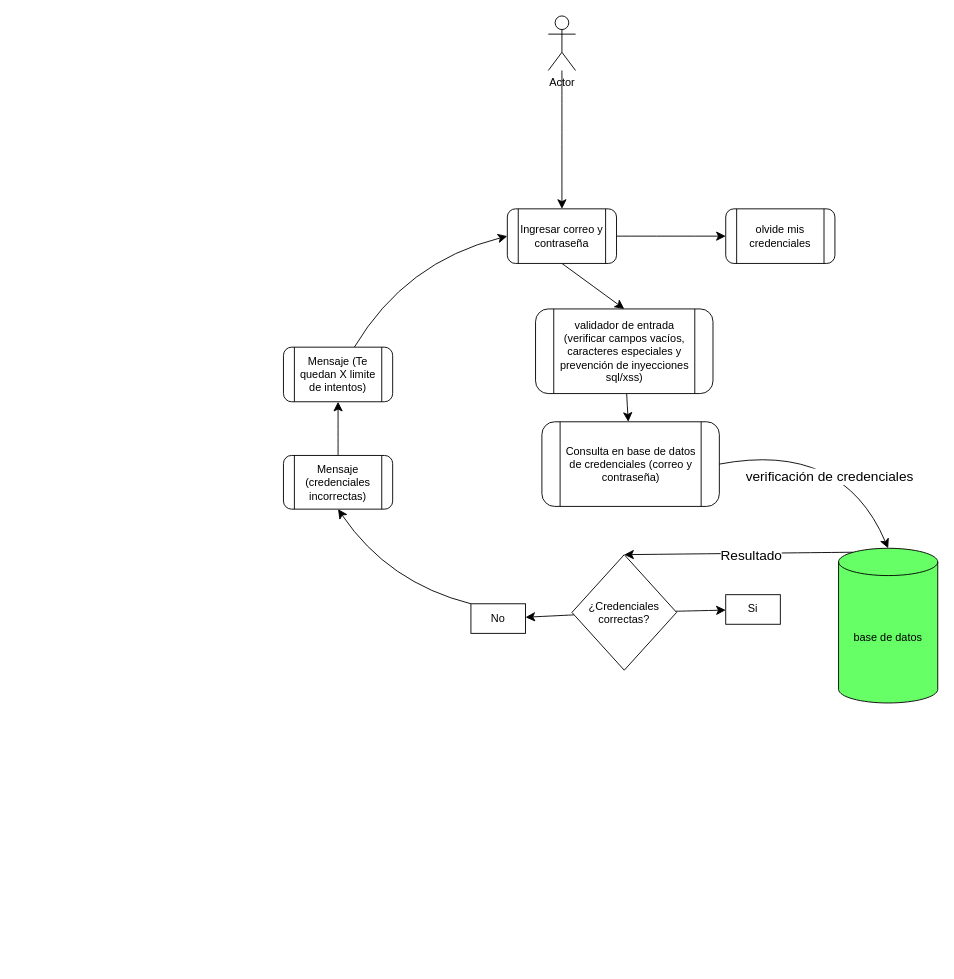
Before: digramas/1.Algoritmo_login.drawio in Andreszxc2001/Sistema-Integral-de-Asistencias-SIA-, a draw.io diagram. Source tidied: cells renumbered, new cells numbered last; positions are measured from the earlier drawing's top-left corner, leaving out a move shared by most shapes. Both pictures are drawn from the tidied source at 91%, with x=0, y=0 at pixel (283, 15).
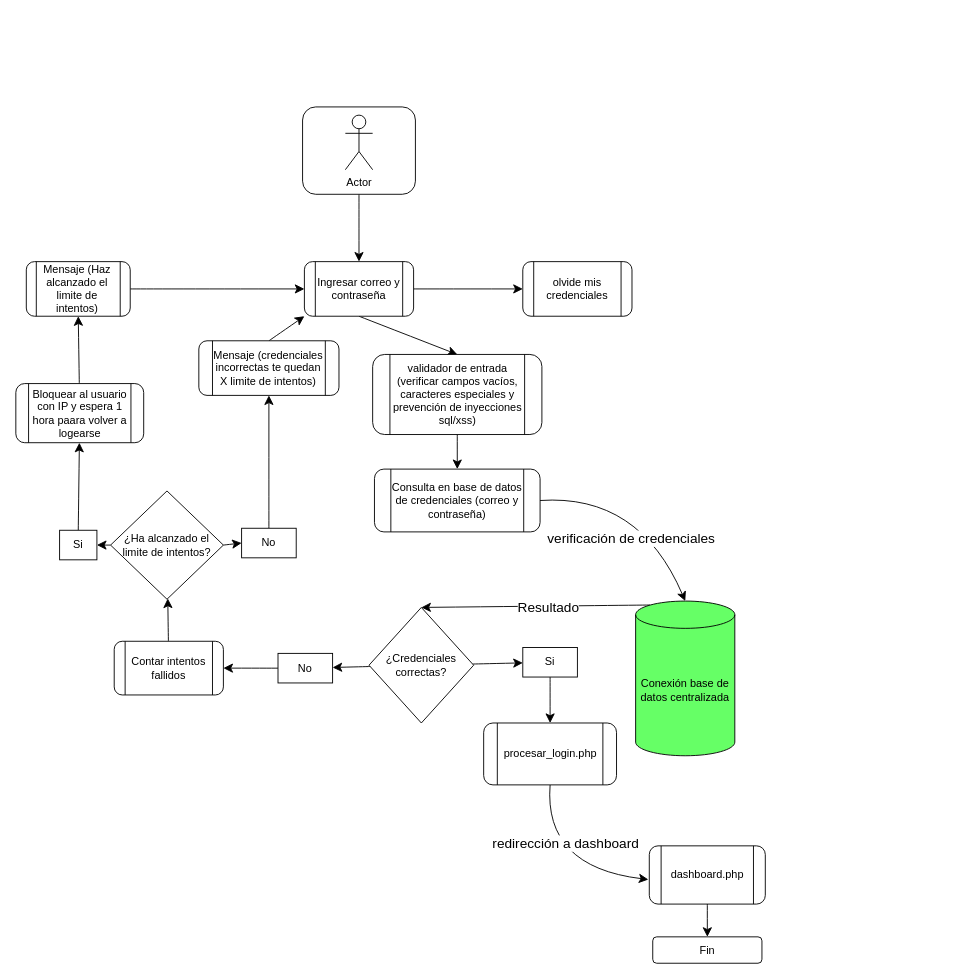
The same page after the edit.

What changed in the source:
```diff
@@
-    <mxCell id="4" value="base de datos" style="shape=cylinder3;whiteSpace=wrap;html=1;boundedLbl=1;backgroundOutline=1;size=15;fillColor=light-dark(#66FF66,#66FF66);" parent="1" vertex="1">
-      <mxGeometry x="610" y="585" width="109" height="170" as="geometry" />
+    <mxCell id="4" value="Conexión base de datos centralizada" style="shape=cylinder3;whiteSpace=wrap;html=1;boundedLbl=1;backgroundOutline=1;size=15;fillColor=light-dark(#66FF66,#66FF66);" parent="1" vertex="1">
+      <mxGeometry x="387" y="643" width="109" height="170" as="geometry" />
     </mxCell>
@@
     <mxCell id="7" value="Ingresar correo y contraseña" style="shape=process;whiteSpace=wrap;html=1;backgroundOutline=1;rounded=1;strokeColor=default;align=center;verticalAlign=middle;fontFamily=Helvetica;fontSize=12;fontColor=default;fillColor=default;" parent="1" vertex="1">
-      <mxGeometry x="246" y="212" width="120" height="60" as="geometry" />
+      <mxGeometry x="23" y="270" width="120" height="60" as="geometry" />
     </mxCell>
@@
     <mxCell id="9" value="validador de entrada&lt;div&gt;(verificar campos vacíos, caracteres especiales y prevención de inyecciones sql/xss)&lt;/div&gt;" style="shape=process;whiteSpace=wrap;html=1;backgroundOutline=1;rounded=1;strokeColor=default;align=center;verticalAlign=middle;fontFamily=Helvetica;fontSize=12;fontColor=default;fillColor=default;" parent="1" vertex="1">
-      <mxGeometry x="277" y="322" width="195" height="93" as="geometry" />
+      <mxGeometry x="98" y="372" width="186" height="88" as="geometry" />
     </mxCell>
     <mxCell id="10" value="Consulta en base de datos de credenciales (correo y contraseña)" style="shape=process;whiteSpace=wrap;html=1;backgroundOutline=1;rounded=1;strokeColor=default;align=center;verticalAlign=middle;fontFamily=Helvetica;fontSize=12;fontColor=default;fillColor=default;" parent="1" vertex="1">
-      <mxGeometry x="284" y="446" width="195" height="93" as="geometry" />
+      <mxGeometry x="100" y="498" width="182" height="69" as="geometry" />
     </mxCell>
     <mxCell id="11" style="edgeStyle=none;curved=1;rounded=0;jettySize=auto;html=1;exitX=1;exitY=0.5;exitDx=0;exitDy=0;entryX=0.5;entryY=0;entryDx=0;entryDy=0;entryPerimeter=0;fontFamily=Helvetica;fontSize=12;fontColor=default;startSize=8;endSize=8;" parent="1" edge="1" source="10" target="4">
       <mxGeometry relative="1" as="geometry">
         <Array as="points">
-          <mxPoint x="614" y="467" />
+          <mxPoint x="391" y="525" />
         </Array>
       </mxGeometry>
     </mxCell>
@@
     <mxCell id="17" value="¿Credenciales correctas?" style="rhombus;whiteSpace=wrap;html=1;fillColor=light-dark(#FFFFFF,#66FF66);" parent="1" vertex="1">
-      <mxGeometry x="317" y="592" width="115" height="127" as="geometry" />
+      <mxGeometry x="94" y="650" width="115" height="127" as="geometry" />
     </mxCell>
-    <mxCell id="18" style="edgeStyle=none;curved=1;rounded=0;jettySize=auto;html=1;exitX=0;exitY=0;exitDx=0;exitDy=0;entryX=0.5;entryY=1;entryDx=0;entryDy=0;fontFamily=Helvetica;fontSize=12;fontColor=default;startSize=8;endSize=8;" parent="1" edge="1" source="19" target="25">
-      <mxGeometry relative="1" as="geometry">
-        <Array as="points">
-          <mxPoint x="115" y="623" />
-        </Array>
-      </mxGeometry>
-    </mxCell>
+    <mxCell id="28" style="edgeStyle=none;curved=1;rounded=0;jettySize=auto;html=1;exitX=0;exitY=0.5;exitDx=0;exitDy=0;entryX=1;entryY=0.5;entryDx=0;entryDy=0;fontFamily=Helvetica;fontSize=12;fontColor=default;startSize=8;endSize=8;" parent="1" edge="1" source="19" target="39">
+      <mxGeometry relative="1" as="geometry" />
+    </mxCell>
     <mxCell id="19" value="No" style="whiteSpace=wrap;html=1;fillColor=light-dark(#FFFFFF,#66FF66);" parent="1" vertex="1">
-      <mxGeometry x="206" y="646" width="60" height="32.5" as="geometry" />
+      <mxGeometry x="-6" y="700.5" width="60" height="32.5" as="geometry" />
     </mxCell>
+    <mxCell id="29" style="edgeStyle=none;curved=1;rounded=0;jettySize=auto;html=1;exitX=0.5;exitY=1;exitDx=0;exitDy=0;fontFamily=Helvetica;fontSize=12;fontColor=default;startSize=8;endSize=8;entryX=0.5;entryY=0;entryDx=0;entryDy=0;" parent="1" edge="1" source="20" target="33">
+      <mxGeometry relative="1" as="geometry" />
+    </mxCell>
     <mxCell id="20" value="Si" style="whiteSpace=wrap;html=1;fillColor=light-dark(#FFFFFF,#66FF66);" parent="1" vertex="1">
-      <mxGeometry x="486" y="636" width="60" height="32.5" as="geometry" />
+      <mxGeometry x="263" y="694" width="60" height="32.5" as="geometry" />
     </mxCell>
     <mxCell id="21" value="olvide mis credenciales" style="shape=process;whiteSpace=wrap;html=1;backgroundOutline=1;rounded=1;strokeColor=default;align=center;verticalAlign=middle;fontFamily=Helvetica;fontSize=12;fontColor=default;fillColor=default;" parent="1" vertex="1">
-      <mxGeometry x="486" y="212" width="120" height="60" as="geometry" />
+      <mxGeometry x="263" y="270" width="120" height="60" as="geometry" />
     </mxCell>
-    <mxCell id="22" style="edgeStyle=none;curved=1;rounded=0;jettySize=auto;html=1;entryX=0;entryY=0.5;entryDx=0;entryDy=0;fontFamily=Helvetica;fontSize=12;fontColor=default;startSize=8;endSize=8;" parent="1" edge="1" source="23" target="7">
-      <mxGeometry relative="1" as="geometry">
-        <Array as="points">
-          <mxPoint x="134" y="270" />
-        </Array>
-      </mxGeometry>
+    <mxCell id="22" style="edgeStyle=none;curved=1;rounded=0;jettySize=auto;html=1;exitX=0.5;exitY=0;exitDx=0;exitDy=0;entryX=0;entryY=1;entryDx=0;entryDy=0;fontFamily=Helvetica;fontSize=12;fontColor=default;startSize=8;endSize=8;" parent="1" edge="1" source="23" target="7">
+      <mxGeometry relative="1" as="geometry" />
     </mxCell>
-    <mxCell id="23" value="Mensaje (Te quedan X limite de intentos)" style="shape=process;whiteSpace=wrap;html=1;backgroundOutline=1;rounded=1;strokeColor=default;align=center;verticalAlign=middle;fontFamily=Helvetica;fontSize=12;fontColor=default;fillColor=default;" parent="1" vertex="1">
-      <mxGeometry y="364" width="120" height="60" as="geometry" />
+    <mxCell id="23" value="Mensaje (credenciales incorrectas te quedan X limite de intentos)" style="shape=process;whiteSpace=wrap;html=1;backgroundOutline=1;rounded=1;strokeColor=default;align=center;verticalAlign=middle;fontFamily=Helvetica;fontSize=12;fontColor=default;fillColor=default;" parent="1" vertex="1">
+      <mxGeometry x="-93" y="357" width="154" height="60" as="geometry" />
     </mxCell>
-    <mxCell id="24" style="edgeStyle=none;curved=1;rounded=0;jettySize=auto;html=1;entryX=0.5;entryY=1;entryDx=0;entryDy=0;fontFamily=Helvetica;fontSize=12;fontColor=default;startSize=8;endSize=8;" parent="1" edge="1" source="25" target="23">
-      <mxGeometry relative="1" as="geometry" />
-    </mxCell>
-    <mxCell id="25" value="Mensaje (credenciales incorrectas)" style="shape=process;whiteSpace=wrap;html=1;backgroundOutline=1;rounded=1;strokeColor=default;align=center;verticalAlign=middle;fontFamily=Helvetica;fontSize=12;fontColor=default;fillColor=default;" parent="1" vertex="1">
-      <mxGeometry y="483" width="120" height="59" as="geometry" />
-    </mxCell>
-    <mxCell id="26" style="edgeStyle=none;curved=1;rounded=0;jettySize=auto;html=1;entryX=0.5;entryY=0;entryDx=0;entryDy=0;fontFamily=Helvetica;fontSize=12;fontColor=default;startSize=8;endSize=8;" parent="1" edge="1" source="27" target="7">
+    <mxCell id="26" style="edgeStyle=none;curved=1;rounded=0;jettySize=auto;html=1;entryX=0.5;entryY=0;entryDx=0;entryDy=0;fontFamily=Helvetica;fontSize=12;fontColor=default;startSize=8;endSize=8;exitX=0.5;exitY=1;exitDx=0;exitDy=0;" parent="1" edge="1" source="37" target="7">
       <mxGeometry relative="1" as="geometry" />
     </mxCell>
+    <mxCell id="30" style="edgeStyle=none;curved=1;rounded=0;jettySize=auto;html=1;exitX=0.5;exitY=1;exitDx=0;exitDy=0;fontFamily=Helvetica;fontSize=12;fontColor=default;startSize=8;endSize=8;" parent="1" edge="1" source="33">
+      <mxGeometry relative="1" as="geometry">
+        <mxPoint x="401" y="949" as="targetPoint" />
+        <Array as="points">
+          <mxPoint x="286" y="935" />
+        </Array>
+      </mxGeometry>
+    </mxCell>
+    <mxCell id="31" style="edgeLabel;html=1;align=center;verticalAlign=middle;fontSize=12;rounded=1;strokeColor=default;fontFamily=Helvetica;fontColor=default;fillColor=default;" parent="30" vertex="1">
+      <mxGeometry x="-0.4" y="19" relative="1" as="geometry" />
+    </mxCell>
+    <mxCell id="32" value="&lt;span style=&quot;font-size: 15px;&quot;&gt;redirección a dashboard&lt;/span&gt;" style="edgeLabel;html=1;align=center;verticalAlign=middle;fontSize=12;rounded=1;strokeColor=default;fontFamily=Helvetica;fontColor=default;fillColor=default;" parent="30" vertex="1">
+      <mxGeometry x="-0.4" y="21" relative="1" as="geometry" />
+    </mxCell>
+    <mxCell id="33" value="procesar_login.php" style="shape=process;whiteSpace=wrap;html=1;backgroundOutline=1;rounded=1;strokeColor=default;align=center;verticalAlign=middle;fontFamily=Helvetica;fontSize=12;fontColor=default;fillColor=default;" parent="1" vertex="1">
+      <mxGeometry x="220" y="777" width="146" height="68" as="geometry" />
+    </mxCell>
+    <mxCell id="34" style="edgeStyle=none;curved=1;rounded=0;jettySize=auto;html=1;fontFamily=Helvetica;fontSize=12;fontColor=default;startSize=8;endSize=8;" parent="1" edge="1" source="35" target="36">
+      <mxGeometry relative="1" as="geometry" />
+    </mxCell>
+    <mxCell id="35" value="dashboard.php" style="shape=process;whiteSpace=wrap;html=1;backgroundOutline=1;rounded=1;strokeColor=default;align=center;verticalAlign=middle;fontFamily=Helvetica;fontSize=12;fontColor=default;fillColor=default;" parent="1" vertex="1">
+      <mxGeometry x="402" y="912" width="127.5" height="64" as="geometry" />
+    </mxCell>
+    <mxCell id="36" value="Fin" style="whiteSpace=wrap;html=1;rounded=1;" parent="1" vertex="1">
+      <mxGeometry x="405.8" y="1012" width="120" height="29" as="geometry" />
+    </mxCell>
+    <mxCell id="37" style="whiteSpace=wrap;html=1;rounded=1;" parent="1" vertex="1">
+      <mxGeometry x="21" y="100" width="124" height="96" as="geometry" />
+    </mxCell>
     <mxCell id="27" value="Actor" style="shape=umlActor;verticalLabelPosition=bottom;verticalAlign=top;html=1;outlineConnect=0;rounded=1;strokeColor=default;align=center;fontFamily=Helvetica;fontSize=12;fontColor=default;fillColor=default;" parent="1" vertex="1">
-      <mxGeometry x="291" width="30" height="60" as="geometry" />
+      <mxGeometry x="68" y="109" width="30" height="60" as="geometry" />
     </mxCell>
+    <mxCell id="38" style="edgeStyle=none;curved=1;rounded=0;jettySize=auto;html=1;fontFamily=Helvetica;fontSize=12;fontColor=default;startSize=8;endSize=8;" parent="1" edge="1" source="39" target="42">
+      <mxGeometry relative="1" as="geometry" />
+    </mxCell>
+    <mxCell id="39" value="Contar intentos fallidos" style="shape=process;whiteSpace=wrap;html=1;backgroundOutline=1;rounded=1;strokeColor=default;align=center;verticalAlign=middle;fontFamily=Helvetica;fontSize=12;fontColor=default;fillColor=default;" parent="1" vertex="1">
+      <mxGeometry x="-186" y="687.2" width="120" height="59" as="geometry" />
+    </mxCell>
+    <mxCell id="40" style="edgeStyle=none;curved=1;rounded=0;jettySize=auto;html=1;exitX=1;exitY=0.5;exitDx=0;exitDy=0;entryX=0;entryY=0.5;entryDx=0;entryDy=0;fontFamily=Helvetica;fontSize=12;fontColor=default;startSize=8;endSize=8;" parent="1" edge="1" source="42" target="44">
+      <mxGeometry relative="1" as="geometry" />
+    </mxCell>
+    <mxCell id="41" style="edgeStyle=none;curved=1;rounded=0;jettySize=auto;html=1;exitX=0;exitY=0.5;exitDx=0;exitDy=0;fontFamily=Helvetica;fontSize=12;fontColor=default;startSize=8;endSize=8;entryX=1;entryY=0.5;entryDx=0;entryDy=0;" parent="1" edge="1" source="42" target="46">
+      <mxGeometry relative="1" as="geometry" />
+    </mxCell>
+    <mxCell id="42" value="&lt;font&gt;¿Ha alcanzado el limite de intentos?&lt;/font&gt;" style="rhombus;whiteSpace=wrap;html=1;fillColor=light-dark(#FFFFFF,#66FF66);" parent="1" vertex="1">
+      <mxGeometry x="-190" y="522" width="124" height="119" as="geometry" />
+    </mxCell>
+    <mxCell id="43" style="edgeStyle=none;curved=1;rounded=0;jettySize=auto;html=1;entryX=0.5;entryY=1;entryDx=0;entryDy=0;fontFamily=Helvetica;fontSize=12;fontColor=default;startSize=8;endSize=8;" parent="1" edge="1" source="44" target="23">
+      <mxGeometry relative="1" as="geometry" />
+    </mxCell>
+    <mxCell id="44" value="No" style="whiteSpace=wrap;html=1;fillColor=light-dark(#FFFFFF,#66FF66);" parent="1" vertex="1">
+      <mxGeometry x="-46" y="563" width="60" height="32.5" as="geometry" />
+    </mxCell>
+    <mxCell id="45" style="edgeStyle=none;curved=1;rounded=0;jettySize=auto;html=1;exitX=0.5;exitY=0;exitDx=0;exitDy=0;fontFamily=Helvetica;fontSize=12;fontColor=default;startSize=8;endSize=8;" parent="1" edge="1" source="46" target="48">
+      <mxGeometry relative="1" as="geometry" />
+    </mxCell>
+    <mxCell id="46" value="Si" style="whiteSpace=wrap;html=1;fillColor=light-dark(#FFFFFF,#66FF66);" parent="1" vertex="1">
+      <mxGeometry x="-246" y="565.2" width="41" height="32.5" as="geometry" />
+    </mxCell>
+    <mxCell id="47" style="edgeStyle=none;curved=1;rounded=0;jettySize=auto;html=1;fontFamily=Helvetica;fontSize=12;fontColor=default;startSize=8;endSize=8;entryX=0.5;entryY=1;entryDx=0;entryDy=0;" parent="1" edge="1" source="48" target="50">
+      <mxGeometry relative="1" as="geometry" />
+    </mxCell>
+    <mxCell id="48" value="Bloquear al usuario con IP y espera 1 hora paara volver a logearse" style="shape=process;whiteSpace=wrap;html=1;backgroundOutline=1;rounded=1;strokeColor=default;align=center;verticalAlign=middle;fontFamily=Helvetica;fontSize=12;fontColor=default;fillColor=default;" parent="1" vertex="1">
+      <mxGeometry x="-294.1" y="404" width="140.5" height="65" as="geometry" />
+    </mxCell>
+    <mxCell id="49" style="edgeStyle=none;curved=1;rounded=0;jettySize=auto;html=1;entryX=0;entryY=0.5;entryDx=0;entryDy=0;fontFamily=Helvetica;fontSize=12;fontColor=default;startSize=8;endSize=8;" parent="1" edge="1" source="50" target="7">
+      <mxGeometry relative="1" as="geometry" />
+    </mxCell>
+    <mxCell id="50" value="Mensaje (Haz alcanzado el limite de intentos)" style="shape=process;whiteSpace=wrap;html=1;backgroundOutline=1;rounded=1;strokeColor=default;align=center;verticalAlign=middle;fontFamily=Helvetica;fontSize=12;fontColor=default;fillColor=default;" parent="1" vertex="1">
+      <mxGeometry x="-282.6" y="270" width="114.2" height="60" as="geometry" />
+    </mxCell>
```
